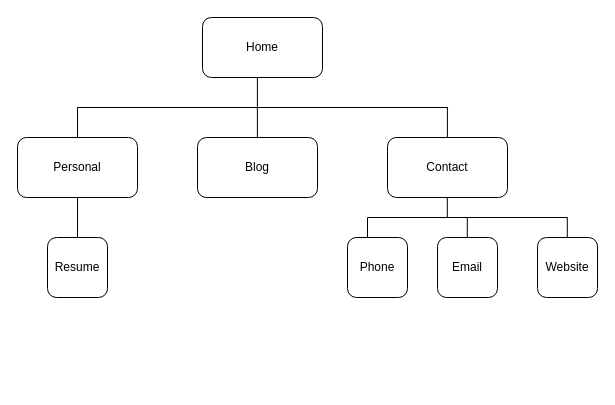
Before: Term-1-assignments/CoreyBarker_T1A2/Untitled.drawio in coreybarker/T1A2, a draw.io diagram. Source tidied: cells renumbered, new cells numbered last; positions are measured from the earlier drawing's top-left corner, leaving out a move shared by most shapes. Both pictures are drawn from the tidied source at 100%, with x=0, y=0 at pixel (17, 17).
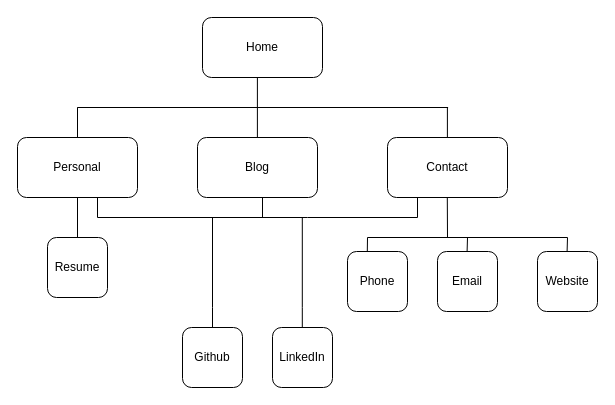
Above is the later version.

The change refers to these unchanged cells:
```xml
<mxCell id="5" value="Contact" style="rounded=1;whiteSpace=wrap;html=1;" parent="1" vertex="1">
  <mxGeometry x="370" y="120" width="120" height="60" as="geometry" />
</mxCell>
```

What changed in the source:
```diff
@@
     <mxCell id="6" value="Phone" style="rounded=1;whiteSpace=wrap;html=1;" parent="1" vertex="1">
-      <mxGeometry x="330" y="220" width="60" height="60" as="geometry" />
+      <mxGeometry x="330" y="234" width="60" height="60" as="geometry" />
     </mxCell>
     <mxCell id="7" value="Email" style="rounded=1;whiteSpace=wrap;html=1;" parent="1" vertex="1">
-      <mxGeometry x="420" y="220" width="60" height="60" as="geometry" />
+      <mxGeometry x="420" y="234" width="60" height="60" as="geometry" />
     </mxCell>
     <mxCell id="8" value="Website" style="rounded=1;whiteSpace=wrap;html=1;" parent="1" vertex="1">
-      <mxGeometry x="520" y="220" width="60" height="60" as="geometry" />
+      <mxGeometry x="520" y="234" width="60" height="60" as="geometry" />
     </mxCell>
@@
     <mxCell id="11" style="endArrow=none;html=1;rounded=0;" parent="1" edge="1">
       <mxGeometry relative="1" as="geometry">
-        <mxPoint x="350" y="220" as="sourcePoint" />
-        <mxPoint x="350" y="200" as="targetPoint" />
+        <mxPoint x="349.8" y="234" as="sourcePoint" />
+        <mxPoint x="350" y="220" as="targetPoint" />
       </mxGeometry>
     </mxCell>
     <mxCell id="12" style="endArrow=none;html=1;rounded=0;" parent="1" edge="1">
       <mxGeometry relative="1" as="geometry">
-        <mxPoint x="449.8" y="220" as="sourcePoint" />
-        <mxPoint x="449.8" y="200" as="targetPoint" />
+        <mxPoint x="449.6" y="234" as="sourcePoint" />
+        <mxPoint x="450" y="220" as="targetPoint" />
       </mxGeometry>
     </mxCell>
     <mxCell id="13" style="endArrow=none;html=1;rounded=0;" parent="1" edge="1">
       <mxGeometry relative="1" as="geometry">
-        <mxPoint x="549.8" y="220" as="sourcePoint" />
-        <mxPoint x="549.8" y="200" as="targetPoint" />
+        <mxPoint x="549.6" y="234" as="sourcePoint" />
+        <mxPoint x="550" y="220" as="targetPoint" />
       </mxGeometry>
     </mxCell>
     <mxCell id="14" style="endArrow=none;html=1;rounded=0;" parent="1" edge="1">
       <mxGeometry relative="1" as="geometry">
-        <mxPoint x="429.8" y="200" as="sourcePoint" />
+        <mxPoint x="430" y="220" as="sourcePoint" />
         <mxPoint x="429.8" y="180" as="targetPoint" />
       </mxGeometry>
     </mxCell>
     <mxCell id="15" style="endArrow=none;html=1;rounded=0;" parent="1" edge="1">
       <mxGeometry relative="1" as="geometry">
-        <mxPoint x="350" y="200" as="sourcePoint" />
-        <mxPoint x="550" y="200" as="targetPoint" />
+        <mxPoint x="350" y="220" as="sourcePoint" />
+        <mxPoint x="550" y="220" as="targetPoint" />
       </mxGeometry>
     </mxCell>
@@
+    <mxCell id="21" value="Github" style="rounded=1;whiteSpace=wrap;html=1;" parent="1" vertex="1">
+      <mxGeometry x="165" y="310" width="60" height="60" as="geometry" />
+    </mxCell>
+    <mxCell id="22" value="LinkedIn" style="rounded=1;whiteSpace=wrap;html=1;" parent="1" vertex="1">
+      <mxGeometry x="255" y="310" width="60" height="60" as="geometry" />
+    </mxCell>
+    <mxCell id="23" style="endArrow=none;html=1;rounded=0;" parent="1" edge="1">
+      <mxGeometry relative="1" as="geometry">
+        <mxPoint x="195" y="310" as="sourcePoint" />
+        <mxPoint x="195" y="200" as="targetPoint" />
+        <Array as="points">
+          <mxPoint x="195" y="290" />
+        </Array>
+      </mxGeometry>
+    </mxCell>
+    <mxCell id="24" style="endArrow=none;html=1;rounded=0;" parent="1" edge="1">
+      <mxGeometry relative="1" as="geometry">
+        <mxPoint x="284.8" y="310" as="sourcePoint" />
+        <mxPoint x="284.8" y="200" as="targetPoint" />
+        <Array as="points">
+          <mxPoint x="284.8" y="290" />
+        </Array>
+      </mxGeometry>
+    </mxCell>
+    <mxCell id="25" style="endArrow=none;html=1;rounded=0;" parent="1" edge="1">
+      <mxGeometry relative="1" as="geometry">
+        <mxPoint x="245" y="200" as="sourcePoint" />
+        <mxPoint x="245" y="180" as="targetPoint" />
+      </mxGeometry>
+    </mxCell>
+    <mxCell id="26" style="endArrow=none;html=1;rounded=0;" parent="1" edge="1">
+      <mxGeometry relative="1" as="geometry">
+        <mxPoint x="80" y="180" as="sourcePoint" />
+        <mxPoint x="290" y="200" as="targetPoint" />
+        <Array as="points">
+          <mxPoint x="80" y="200" />
+        </Array>
+      </mxGeometry>
+    </mxCell>
+    <mxCell id="27" style="endArrow=none;html=1;rounded=0;entryX=0.25;entryY=1;entryDx=0;entryDy=0;" parent="1" edge="1" target="5">
+      <mxGeometry relative="1" as="geometry">
+        <mxPoint x="290" y="200" as="sourcePoint" />
+        <Array as="points">
+          <mxPoint x="400" y="200" />
+        </Array>
+      </mxGeometry>
+    </mxCell>
```
